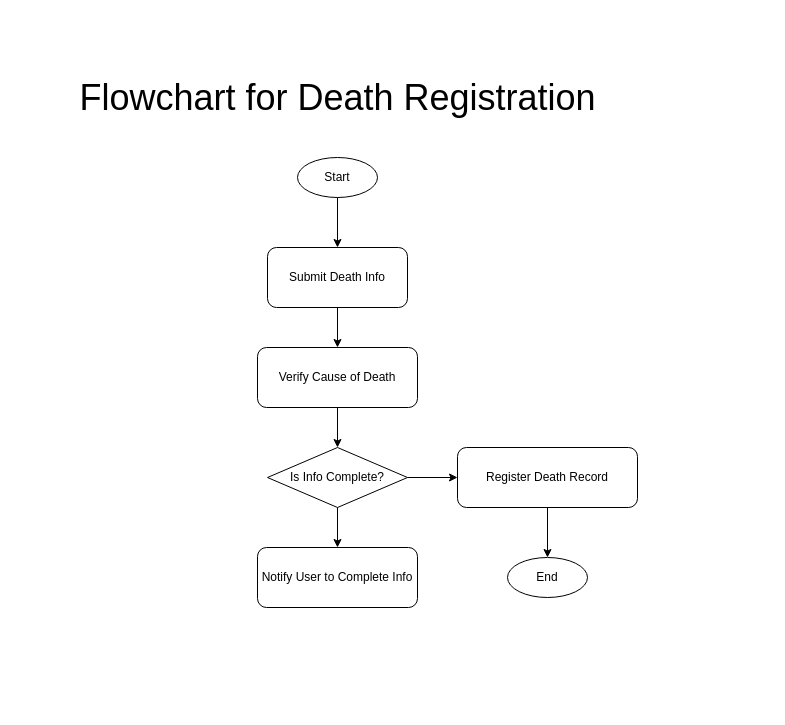
Above: DBRegistryFlowchart.drawio in brabentil/database_diagrams (draw.io), before the change. Source tidied: cells renumbered, new cells numbered last; positions are measured from the earlier drawing's top-left corner, leaving out a move shared by most shapes. Both pictures are drawn from the tidied source at 100%, with x=0, y=0 at pixel (67, 67).
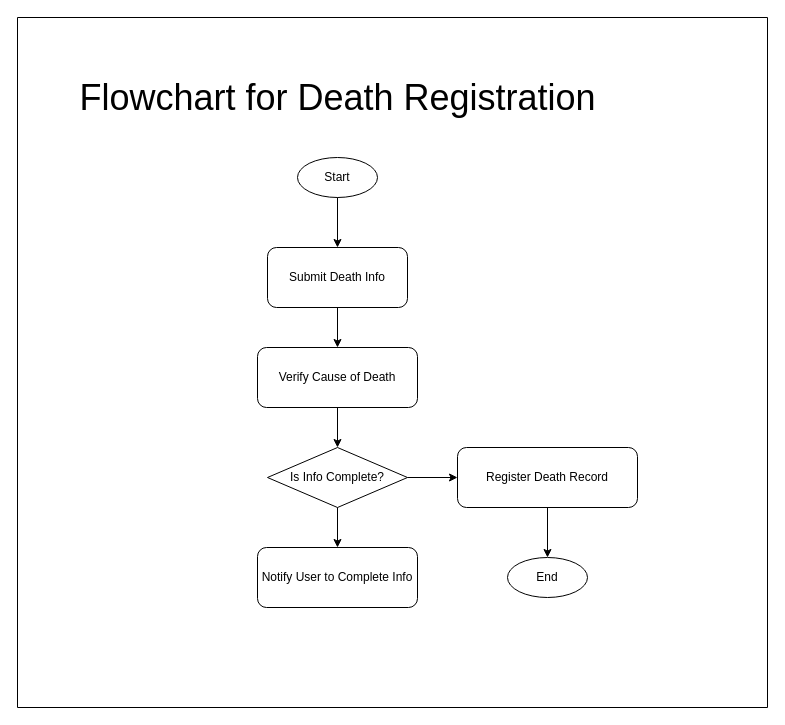
After the change.

Change to the diagram source:
```diff
@@
 <mxGraphModel>
   <root>
     <mxCell id="0" />
     <mxCell id="1" parent="0" />
     <mxCell id="2" value="Start" style="ellipse;whiteSpace=wrap;html=1;" parent="1" vertex="1">
       <mxGeometry x="230" y="90" width="80" height="40" as="geometry" />
     </mxCell>
     <mxCell id="3" value="Submit Death Info" style="rounded=1;whiteSpace=wrap;html=1;" parent="1" vertex="1">
       <mxGeometry x="200" y="180" width="140" height="60" as="geometry" />
     </mxCell>
     <mxCell id="4" value="Verify Cause of Death" style="rounded=1;whiteSpace=wrap;html=1;" parent="1" vertex="1">
       <mxGeometry x="190" y="280" width="160" height="60" as="geometry" />
     </mxCell>
     <mxCell id="5" value="Is Info Complete?" style="rhombus;whiteSpace=wrap;html=1;" parent="1" vertex="1">
       <mxGeometry x="200" y="380" width="140" height="60" as="geometry" />
     </mxCell>
     <mxCell id="6" value="Register Death Record" style="rounded=1;whiteSpace=wrap;html=1;" parent="1" vertex="1">
       <mxGeometry x="390" y="380" width="180" height="60" as="geometry" />
     </mxCell>
     <mxCell id="7" value="Notify User to Complete Info" style="rounded=1;whiteSpace=wrap;html=1;" parent="1" vertex="1">
       <mxGeometry x="190" y="480" width="160" height="60" as="geometry" />
     </mxCell>
     <mxCell id="8" value="End" style="ellipse;whiteSpace=wrap;html=1;" parent="1" vertex="1">
       <mxGeometry x="440" y="490" width="80" height="40" as="geometry" />
     </mxCell>
     <mxCell id="9" parent="1" edge="1" source="2" target="3">
       <mxGeometry relative="1" as="geometry" />
     </mxCell>
     <mxCell id="10" parent="1" edge="1" source="3" target="4">
       <mxGeometry relative="1" as="geometry" />
     </mxCell>
     <mxCell id="11" parent="1" edge="1" source="4" target="5">
       <mxGeometry relative="1" as="geometry" />
     </mxCell>
     <mxCell id="12" parent="1" edge="1" source="5" target="6">
       <mxGeometry relative="1" as="geometry" />
     </mxCell>
     <mxCell id="13" parent="1" edge="1" source="5" target="7">
       <mxGeometry relative="1" as="geometry" />
     </mxCell>
     <mxCell id="14" parent="1" edge="1" source="6" target="8">
       <mxGeometry relative="1" as="geometry" />
     </mxCell>
     <mxCell id="15" value="&lt;font style=&quot;font-size: 36px;&quot;&gt;Flowchart for Death Registration&lt;/font&gt;" style="text;html=1;align=center;verticalAlign=middle;strokeColor=none;fillColor=none;" parent="1" vertex="1">
       <mxGeometry width="540" height="60" as="geometry" />
     </mxCell>
+    <mxCell id="16" style="swimlane;startSize=0;" parent="1" vertex="1">
+      <mxGeometry x="-50" y="-50" width="750" height="690" as="geometry" />
+    </mxCell>
   </root>
 </mxGraphModel>
```
